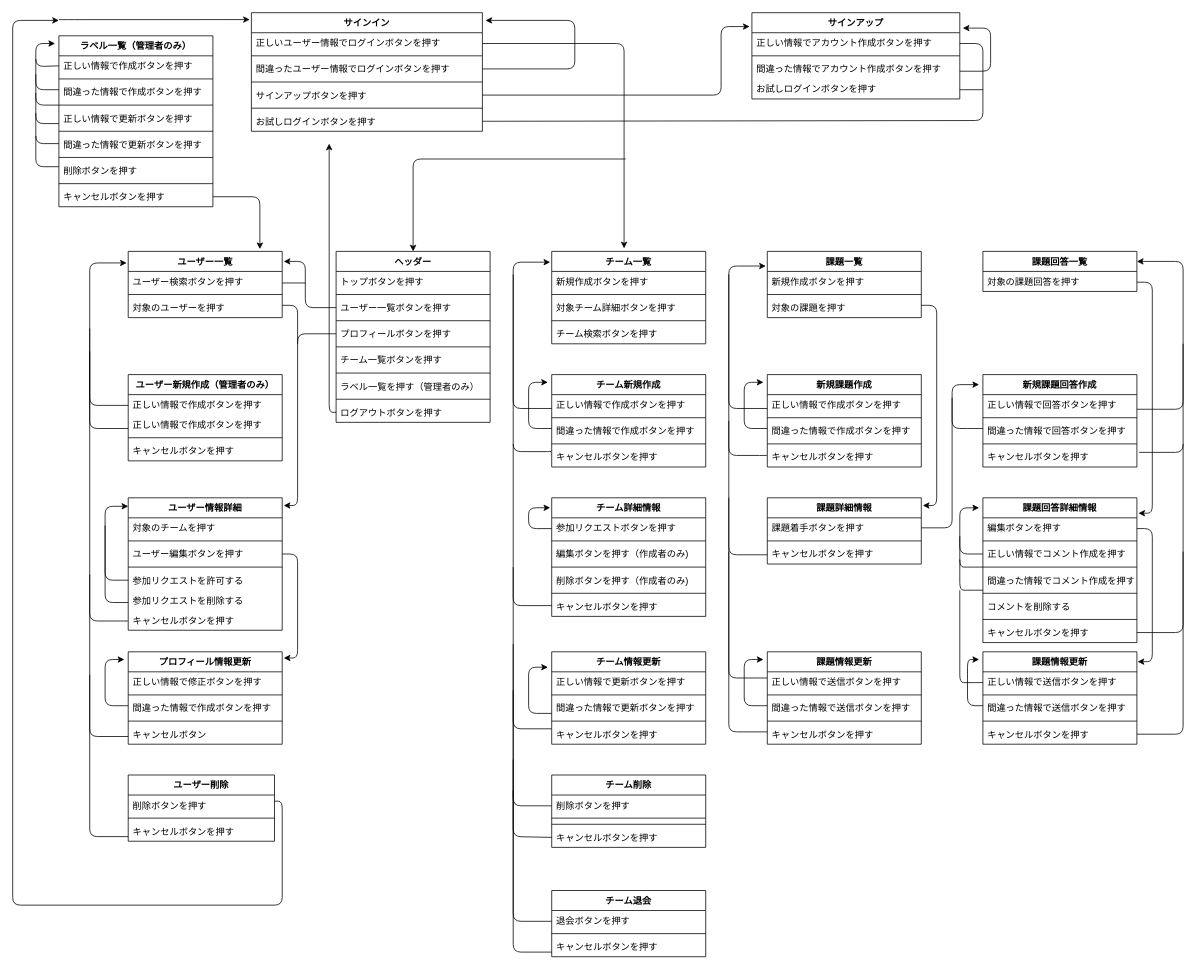
This is doc/state_transition.drawio from yodev21/ssgl, a draw.io file, before an edit. Source tidied: cells renumbered, new cells numbered last; positions are measured from the earlier drawing's top-left corner, leaving out a move shared by most shapes. Both pictures are drawn from the tidied source at 77%, with x=0, y=0 at pixel (12, 12).
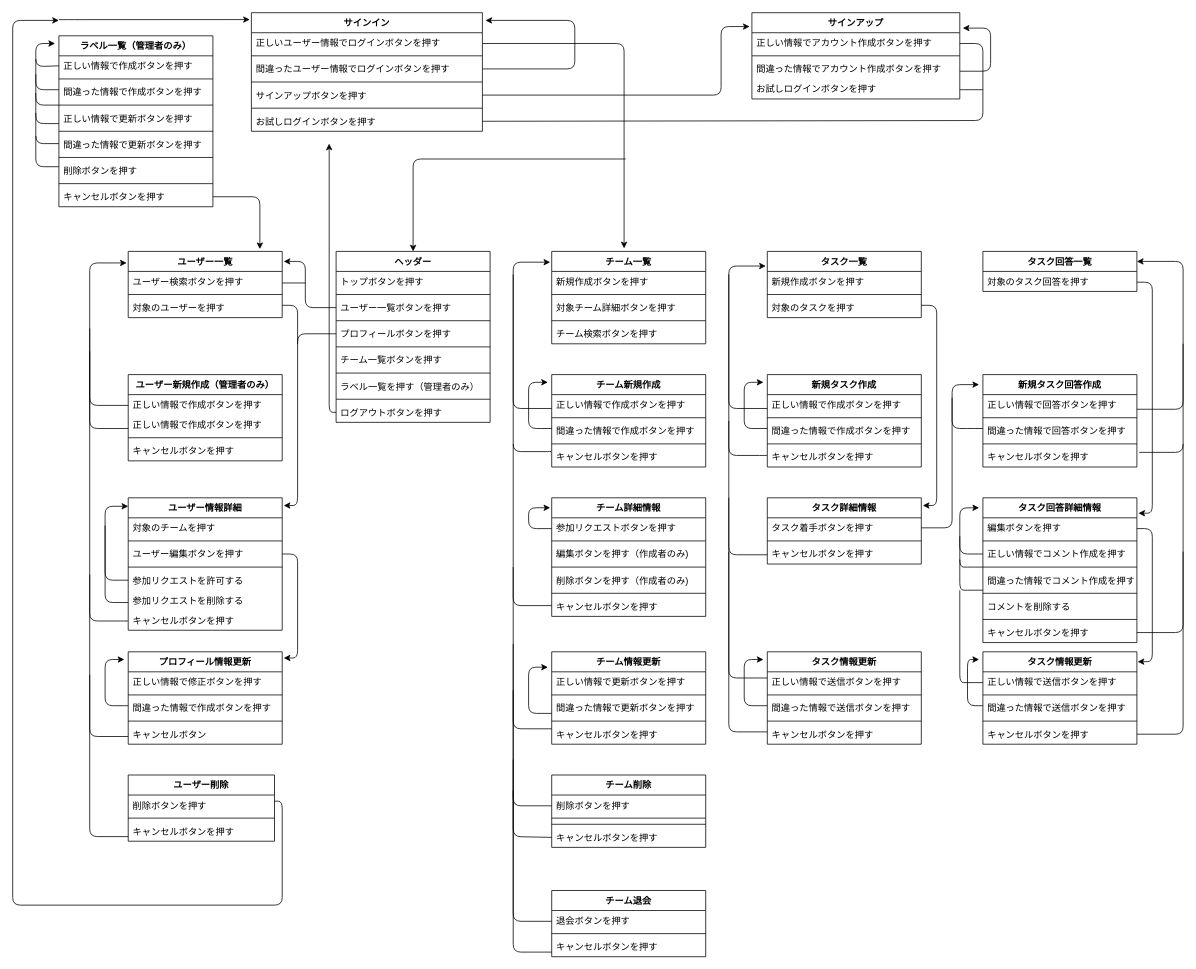
Above is the later version.

The edit, as a diff of the source:
```diff
@@
-    <mxCell id="74" value="課題一覧" style="swimlane;fontStyle=1;align=center;verticalAlign=top;horizontal=1;startSize=26;" parent="1" vertex="1">
+    <mxCell id="74" value="タスク一覧" style="swimlane;fontStyle=1;align=center;verticalAlign=top;horizontal=1;startSize=26;" parent="1" vertex="1">
       <mxGeometry x="980" y="310" width="200" height="86" as="geometry" />
     </mxCell>
@@
-    <mxCell id="77" value="対象の課題を押す" style="text;strokeColor=none;fillColor=none;align=left;verticalAlign=top;spacingLeft=4;spacingRight=4;overflow=hidden;" parent="74" vertex="1">
+    <mxCell id="77" value="対象のタスクを押す" style="text;strokeColor=none;fillColor=none;align=left;verticalAlign=top;spacingLeft=4;spacingRight=4;overflow=hidden;" parent="74" vertex="1">
       <mxGeometry y="60" width="200" height="26" as="geometry" />
     </mxCell>
@@
-    <mxCell id="135" value="課題詳細情報" style="swimlane;fontStyle=1;align=center;verticalAlign=top;horizontal=1;startSize=26;" parent="1" vertex="1">
+    <mxCell id="135" value="タスク詳細情報" style="swimlane;fontStyle=1;align=center;verticalAlign=top;horizontal=1;startSize=26;" parent="1" vertex="1">
       <mxGeometry x="980" y="630" width="200" height="86" as="geometry" />
     </mxCell>
-    <mxCell id="136" value="課題着手ボタンを押す" style="text;strokeColor=none;fillColor=none;align=left;verticalAlign=top;spacingLeft=4;spacingRight=4;overflow=hidden;points=[[0,0.5],[1,0.5]];portConstraint=eastwest;" parent="135" vertex="1">
+    <mxCell id="136" value="タスク着手ボタンを押す" style="text;strokeColor=none;fillColor=none;align=left;verticalAlign=top;spacingLeft=4;spacingRight=4;overflow=hidden;points=[[0,0.5],[1,0.5]];portConstraint=eastwest;" parent="135" vertex="1">
       <mxGeometry y="26" width="200" height="26" as="geometry" />
     </mxCell>
@@
-    <mxCell id="139" value="課題情報更新" style="swimlane;fontStyle=1;align=center;verticalAlign=top;horizontal=1;startSize=26;" parent="1" vertex="1">
+    <mxCell id="139" value="タスク情報更新" style="swimlane;fontStyle=1;align=center;verticalAlign=top;horizontal=1;startSize=26;" parent="1" vertex="1">
       <mxGeometry x="980" y="830" width="200" height="120" as="geometry" />
     </mxCell>
@@
-    <mxCell id="145" value="新規課題作成" style="swimlane;fontStyle=1;align=center;verticalAlign=top;horizontal=1;startSize=26;" parent="1" vertex="1">
+    <mxCell id="145" value="新規タスク作成" style="swimlane;fontStyle=1;align=center;verticalAlign=top;horizontal=1;startSize=26;" parent="1" vertex="1">
       <mxGeometry x="980" y="470" width="200" height="120" as="geometry" />
     </mxCell>
@@
-    <mxCell id="156" value="課題回答一覧" style="swimlane;fontStyle=1;align=center;verticalAlign=top;horizontal=1;startSize=26;" parent="1" vertex="1">
+    <mxCell id="156" value="タスク回答一覧" style="swimlane;fontStyle=1;align=center;verticalAlign=top;horizontal=1;startSize=26;" parent="1" vertex="1">
       <mxGeometry x="1260" y="310" width="200" height="52" as="geometry" />
     </mxCell>
-    <mxCell id="157" value="対象の課題回答を押す" style="text;strokeColor=none;fillColor=none;align=left;verticalAlign=top;spacingLeft=4;spacingRight=4;overflow=hidden;" parent="156" vertex="1">
+    <mxCell id="157" value="対象のタスク回答を押す" style="text;strokeColor=none;fillColor=none;align=left;verticalAlign=top;spacingLeft=4;spacingRight=4;overflow=hidden;" parent="156" vertex="1">
       <mxGeometry y="26" width="200" height="26" as="geometry" />
     </mxCell>
-    <mxCell id="158" value="課題情報更新" style="swimlane;fontStyle=1;align=center;verticalAlign=top;horizontal=1;startSize=26;" parent="1" vertex="1">
+    <mxCell id="158" value="タスク情報更新" style="swimlane;fontStyle=1;align=center;verticalAlign=top;horizontal=1;startSize=26;" parent="1" vertex="1">
       <mxGeometry x="1260" y="830" width="200" height="120" as="geometry" />
     </mxCell>
@@
-    <mxCell id="164" value="新規課題回答作成" style="swimlane;fontStyle=1;align=center;verticalAlign=top;horizontal=1;startSize=26;" parent="1" vertex="1">
+    <mxCell id="164" value="新規タスク回答作成" style="swimlane;fontStyle=1;align=center;verticalAlign=top;horizontal=1;startSize=26;" parent="1" vertex="1">
       <mxGeometry x="1260" y="470" width="200" height="120" as="geometry" />
     </mxCell>
@@
-    <mxCell id="197" value="課題回答詳細情報" style="swimlane;fontStyle=1;align=center;verticalAlign=top;horizontal=1;startSize=26;" parent="1" vertex="1">
+    <mxCell id="197" value="タスク回答詳細情報" style="swimlane;fontStyle=1;align=center;verticalAlign=top;horizontal=1;startSize=26;" parent="1" vertex="1">
       <mxGeometry x="1260" y="630" width="200" height="188" as="geometry" />
     </mxCell>
```
